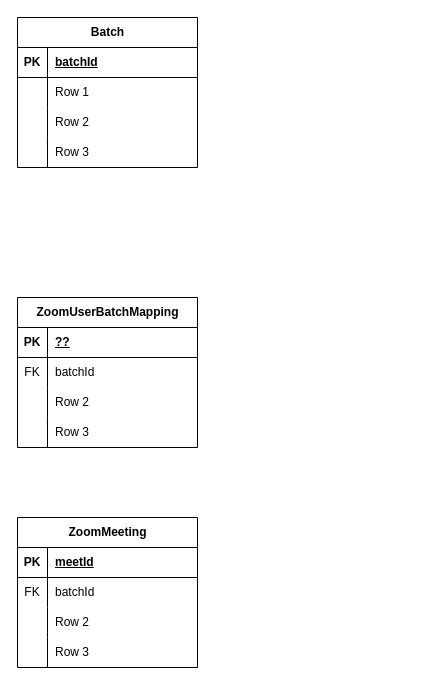
Before: iECHOBatchIDMismatch.drawio in wardance-ferret/drawio, a draw.io diagram. Source tidied: cells renumbered, new cells numbered last; positions are measured from the earlier drawing's top-left corner, leaving out a move shared by most shapes. Both pictures are drawn from the tidied source at 100%, with x=0, y=0 at pixel (17, 17).
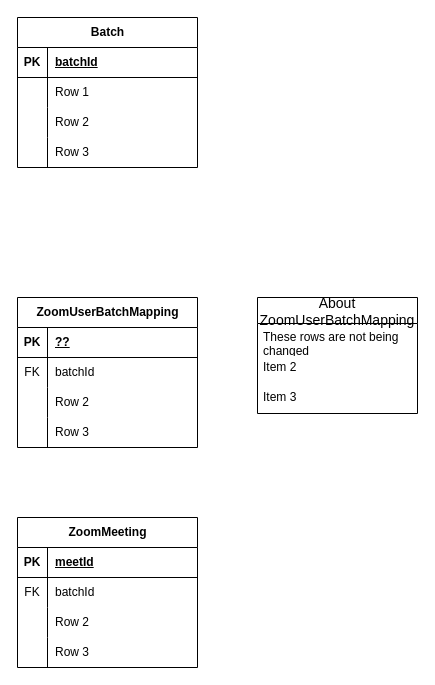
Above is the later version.

Diff of the diagram source:
```diff
@@
+    <mxCell id="41" value="About &#10;ZoomUserBatchMapping" style="swimlane;fontStyle=0;horizontal=1;startSize=26;align=center;fontSize=14;" parent="1" vertex="1">
+      <mxGeometry x="240" y="280" width="160" height="116" as="geometry" />
+    </mxCell>
+    <mxCell id="42" value="These rows are not being changed" style="text;strokeColor=none;fillColor=none;spacingLeft=4;spacingRight=4;overflow=hidden;fontSize=12;whiteSpace=wrap;html=1;" parent="41" vertex="1">
+      <mxGeometry y="26" width="160" height="30" as="geometry" />
+    </mxCell>
+    <mxCell id="43" value="Item 2" style="text;strokeColor=none;fillColor=none;spacingLeft=4;spacingRight=4;overflow=hidden;fontSize=12;whiteSpace=wrap;html=1;" parent="41" vertex="1">
+      <mxGeometry y="56" width="160" height="30" as="geometry" />
+    </mxCell>
+    <mxCell id="44" value="Item 3" style="text;strokeColor=none;fillColor=none;spacingLeft=4;spacingRight=4;overflow=hidden;fontSize=12;whiteSpace=wrap;html=1;" parent="41" vertex="1">
+      <mxGeometry y="86" width="160" height="30" as="geometry" />
+    </mxCell>
```
